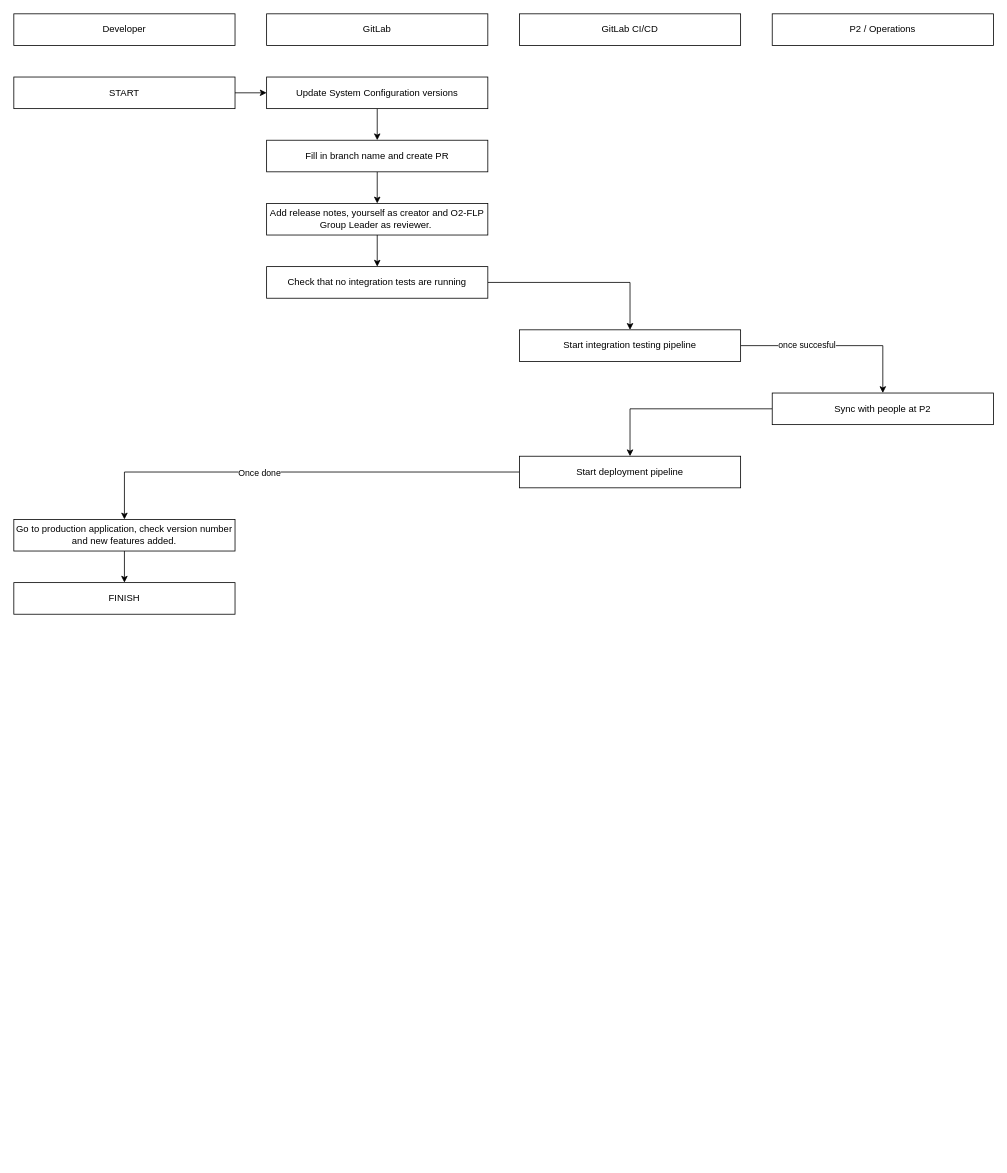
AliceO2Group/WebUi keeps this draw.io diagram as documentation/images/deployment_diagram.drawio. Above is the earlier version. Source tidied: cells renumbered, new cells numbered last; positions are measured from the earlier drawing's top-left corner, leaving out a move shared by most shapes. Both pictures are drawn from the tidied source at 79%, with x=0, y=0 at pixel (13, 13).
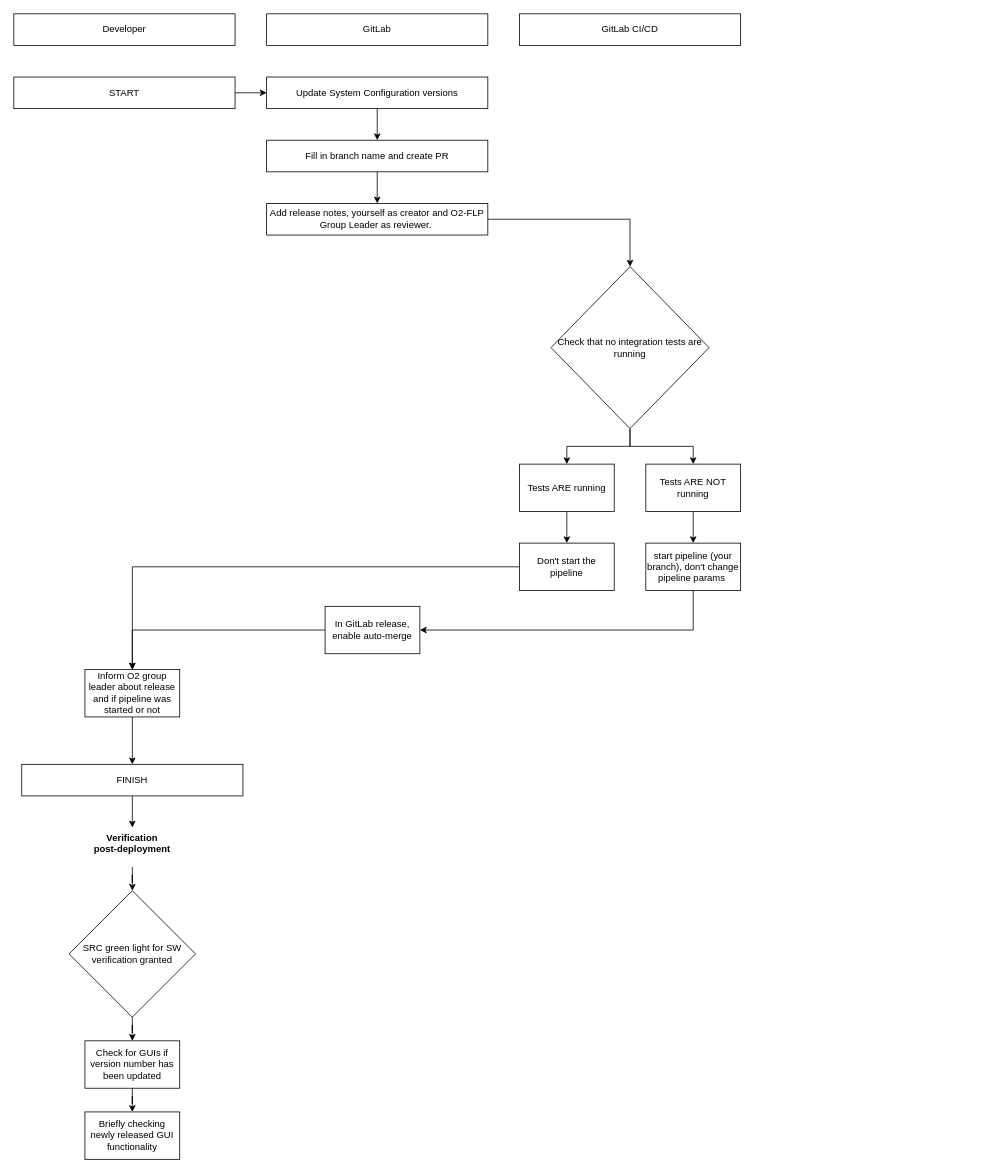
The same page after the edit.

Unchanged cells that the change refers to:
```xml
<mxCell id="11" value="Add release notes, yourself as creator and O2-FLP Group Leader as reviewer.&amp;nbsp;" style="rounded=0;whiteSpace=wrap;html=1;" parent="1" vertex="1">
  <mxGeometry x="320" y="240" width="280" height="40" as="geometry" />
</mxCell>
```

The edit, as a diff of the source:
```diff
@@
-    <mxCell id="5" value="P2 / Operations" style="rounded=0;whiteSpace=wrap;html=1;" parent="1" vertex="1">
-      <mxGeometry x="960" width="280" height="40" as="geometry" />
-    </mxCell>
@@
-    <mxCell id="10" style="edgeStyle=orthogonalEdgeStyle;rounded=0;jettySize=auto;html=1;" parent="1" edge="1" source="11" target="23">
+    <mxCell id="10" style="edgeStyle=orthogonalEdgeStyle;rounded=0;jettySize=auto;html=1;entryX=0.5;entryY=0;entryDx=0;entryDy=0;" parent="1" edge="1" source="11" target="23">
       <mxGeometry relative="1" as="geometry" />
     </mxCell>
@@
-    <mxCell id="12" style="edgeStyle=orthogonalEdgeStyle;rounded=0;jettySize=auto;html=1;" parent="1" edge="1" source="13" target="16">
-      <mxGeometry relative="1" as="geometry" />
-    </mxCell>
-    <mxCell id="13" value="Sync with people at P2" style="rounded=0;whiteSpace=wrap;html=1;" parent="1" vertex="1">
-      <mxGeometry x="960" y="480" width="280" height="40" as="geometry" />
-    </mxCell>
-    <mxCell id="14" style="edgeStyle=orthogonalEdgeStyle;rounded=0;jettySize=auto;html=1;" parent="1" edge="1" source="16" target="18">
-      <mxGeometry relative="1" as="geometry" />
-    </mxCell>
-    <mxCell id="15" value="Once done" style="edgeLabel;html=1;align=center;verticalAlign=middle;" parent="14" vertex="1">
-      <mxGeometry x="0.18" y="1" relative="1" as="geometry" />
-    </mxCell>
-    <mxCell id="16" value="Start deployment pipeline" style="rounded=0;whiteSpace=wrap;html=1;" parent="1" vertex="1">
-      <mxGeometry x="640" y="560" width="280" height="40" as="geometry" />
-    </mxCell>
-    <mxCell id="17" style="edgeStyle=orthogonalEdgeStyle;rounded=0;jettySize=auto;html=1;exitX=0.5;exitY=1;exitDx=0;exitDy=0;entryX=0.5;entryY=0;entryDx=0;entryDy=0;" parent="1" edge="1" source="18" target="26">
-      <mxGeometry relative="1" as="geometry" />
-    </mxCell>
-    <mxCell id="18" value="Go to production application, check version number and new features added." style="rounded=0;whiteSpace=wrap;html=1;" parent="1" vertex="1">
-      <mxGeometry y="640" width="280" height="40" as="geometry" />
-    </mxCell>
-    <mxCell id="19" style="edgeStyle=orthogonalEdgeStyle;rounded=0;jettySize=auto;html=1;exitX=1;exitY=0.5;exitDx=0;exitDy=0;entryX=0.5;entryY=0;entryDx=0;entryDy=0;" parent="1" edge="1" source="21" target="13">
-      <mxGeometry relative="1" as="geometry" />
-    </mxCell>
-    <mxCell id="20" value="once succesful" style="edgeLabel;html=1;align=center;verticalAlign=middle;" parent="19" vertex="1">
-      <mxGeometry x="-0.31" y="2" relative="1" as="geometry" />
-    </mxCell>
-    <mxCell id="21" value="Start integration testing pipeline" style="rounded=0;whiteSpace=wrap;html=1;" parent="1" vertex="1">
-      <mxGeometry x="640" y="400" width="280" height="40" as="geometry" />
-    </mxCell>
-    <mxCell id="22" style="edgeStyle=orthogonalEdgeStyle;rounded=0;jettySize=auto;html=1;entryX=0.5;entryY=0;entryDx=0;entryDy=0;" parent="1" edge="1" source="23" target="21">
-      <mxGeometry relative="1" as="geometry" />
-    </mxCell>
-    <mxCell id="23" value="Check that no integration tests are running" style="rounded=0;whiteSpace=wrap;html=1;" parent="1" vertex="1">
-      <mxGeometry x="320" y="320" width="280" height="40" as="geometry" />
-    </mxCell>
@@
+    <mxCell id="27" style="edgeStyle=orthogonalEdgeStyle;rounded=0;jettySize=auto;html=1;entryX=0.5;entryY=0;entryDx=0;entryDy=0;" parent="1" edge="1" source="26" target="48">
+      <mxGeometry relative="1" as="geometry" />
+    </mxCell>
     <mxCell id="26" value="FINISH" style="rounded=0;whiteSpace=wrap;html=1;" parent="1" vertex="1">
-      <mxGeometry y="720" width="280" height="40" as="geometry" />
+      <mxGeometry x="10" y="950" width="280" height="40" as="geometry" />
     </mxCell>
+    <mxCell id="28" style="edgeStyle=orthogonalEdgeStyle;rounded=0;jettySize=auto;html=1;" parent="1" edge="1" source="23" target="33">
+      <mxGeometry relative="1" as="geometry" />
+    </mxCell>
+    <mxCell id="29" style="edgeStyle=orthogonalEdgeStyle;rounded=0;jettySize=auto;html=1;" parent="1" edge="1" source="23" target="31">
+      <mxGeometry relative="1" as="geometry" />
+    </mxCell>
+    <mxCell id="23" value="Check that no integration tests are running" style="rhombus;whiteSpace=wrap;html=1;" parent="1" vertex="1">
+      <mxGeometry x="680" y="320" width="200" height="205" as="geometry" />
+    </mxCell>
+    <mxCell id="30" style="edgeStyle=orthogonalEdgeStyle;rounded=0;jettySize=auto;html=1;entryX=0.5;entryY=0;entryDx=0;entryDy=0;" parent="1" edge="1" source="31" target="39">
+      <mxGeometry relative="1" as="geometry" />
+    </mxCell>
+    <mxCell id="31" value="Tests ARE running" style="whiteSpace=wrap;html=1;" parent="1" vertex="1">
+      <mxGeometry x="640" y="570" width="120" height="60" as="geometry" />
+    </mxCell>
+    <mxCell id="32" style="edgeStyle=orthogonalEdgeStyle;rounded=0;jettySize=auto;html=1;" parent="1" edge="1" source="33" target="37">
+      <mxGeometry relative="1" as="geometry" />
+    </mxCell>
+    <mxCell id="33" value="Tests ARE NOT running" style="whiteSpace=wrap;html=1;" parent="1" vertex="1">
+      <mxGeometry x="800" y="570" width="120" height="60" as="geometry" />
+    </mxCell>
+    <mxCell id="34" style="edgeStyle=orthogonalEdgeStyle;rounded=0;jettySize=auto;html=1;" parent="1" edge="1" source="35" target="26">
+      <mxGeometry relative="1" as="geometry" />
+    </mxCell>
+    <mxCell id="35" value="Inform O2 group leader about release and if pipeline was started or not" style="rounded=0;whiteSpace=wrap;html=1;" parent="1" vertex="1">
+      <mxGeometry x="90" y="830" width="120" height="60" as="geometry" />
+    </mxCell>
+    <mxCell id="36" style="edgeStyle=orthogonalEdgeStyle;rounded=0;jettySize=auto;html=1;entryX=1;entryY=0.5;entryDx=0;entryDy=0;" parent="1" edge="1" source="37" target="41">
+      <mxGeometry relative="1" as="geometry">
+        <Array as="points">
+          <mxPoint x="860" y="780" />
+        </Array>
+      </mxGeometry>
+    </mxCell>
+    <mxCell id="37" value="start pipeline (your branch), don't change pipeline params&amp;nbsp;" style="whiteSpace=wrap;html=1;" parent="1" vertex="1">
+      <mxGeometry x="800" y="670" width="120" height="60" as="geometry" />
+    </mxCell>
+    <mxCell id="38" style="edgeStyle=orthogonalEdgeStyle;rounded=0;jettySize=auto;html=1;" parent="1" edge="1" source="39" target="35">
+      <mxGeometry relative="1" as="geometry" />
+    </mxCell>
+    <mxCell id="39" value="Don't start the pipeline" style="whiteSpace=wrap;html=1;" parent="1" vertex="1">
+      <mxGeometry x="640" y="670" width="120" height="60" as="geometry" />
+    </mxCell>
+    <mxCell id="40" style="edgeStyle=orthogonalEdgeStyle;rounded=0;jettySize=auto;html=1;entryX=0.5;entryY=0;entryDx=0;entryDy=0;" parent="1" edge="1" source="41" target="35">
+      <mxGeometry relative="1" as="geometry" />
+    </mxCell>
+    <mxCell id="41" value="In GitLab release, enable auto-merge" style="whiteSpace=wrap;html=1;" parent="1" vertex="1">
+      <mxGeometry x="394" y="750" width="120" height="60" as="geometry" />
+    </mxCell>
+    <mxCell id="42" style="edgeStyle=orthogonalEdgeStyle;rounded=0;jettySize=auto;html=1;entryX=0.5;entryY=0;entryDx=0;entryDy=0;" parent="1" edge="1" source="43" target="45">
+      <mxGeometry relative="1" as="geometry" />
+    </mxCell>
+    <mxCell id="43" value="SRC green light for SW verification granted" style="rhombus;whiteSpace=wrap;html=1;" parent="1" vertex="1">
+      <mxGeometry x="70" y="1110" width="160" height="160" as="geometry" />
+    </mxCell>
+    <mxCell id="44" style="edgeStyle=orthogonalEdgeStyle;rounded=0;jettySize=auto;html=1;entryX=0.5;entryY=0;entryDx=0;entryDy=0;" parent="1" edge="1" source="45" target="46">
+      <mxGeometry relative="1" as="geometry" />
+    </mxCell>
+    <mxCell id="45" value="Check for GUIs if version number has been updated" style="rounded=0;whiteSpace=wrap;html=1;" parent="1" vertex="1">
+      <mxGeometry x="90" y="1300" width="120" height="60" as="geometry" />
+    </mxCell>
+    <mxCell id="46" value="Briefly checking newly released GUI functionality" style="rounded=0;whiteSpace=wrap;html=1;" parent="1" vertex="1">
+      <mxGeometry x="90" y="1390" width="120" height="60" as="geometry" />
+    </mxCell>
+    <mxCell id="47" style="edgeStyle=orthogonalEdgeStyle;rounded=0;jettySize=auto;html=1;" parent="1" edge="1" source="48" target="43">
+      <mxGeometry relative="1" as="geometry" />
+    </mxCell>
+    <mxCell id="48" value="&lt;b&gt;Verification&lt;/b&gt;&lt;div&gt;&lt;b&gt;post-deployment&lt;/b&gt;&lt;/div&gt;" style="text;whiteSpace=wrap;html=1;align=center;" parent="1" vertex="1">
+      <mxGeometry x="90" y="1030" width="120" height="50" as="geometry" />
+    </mxCell>
```
